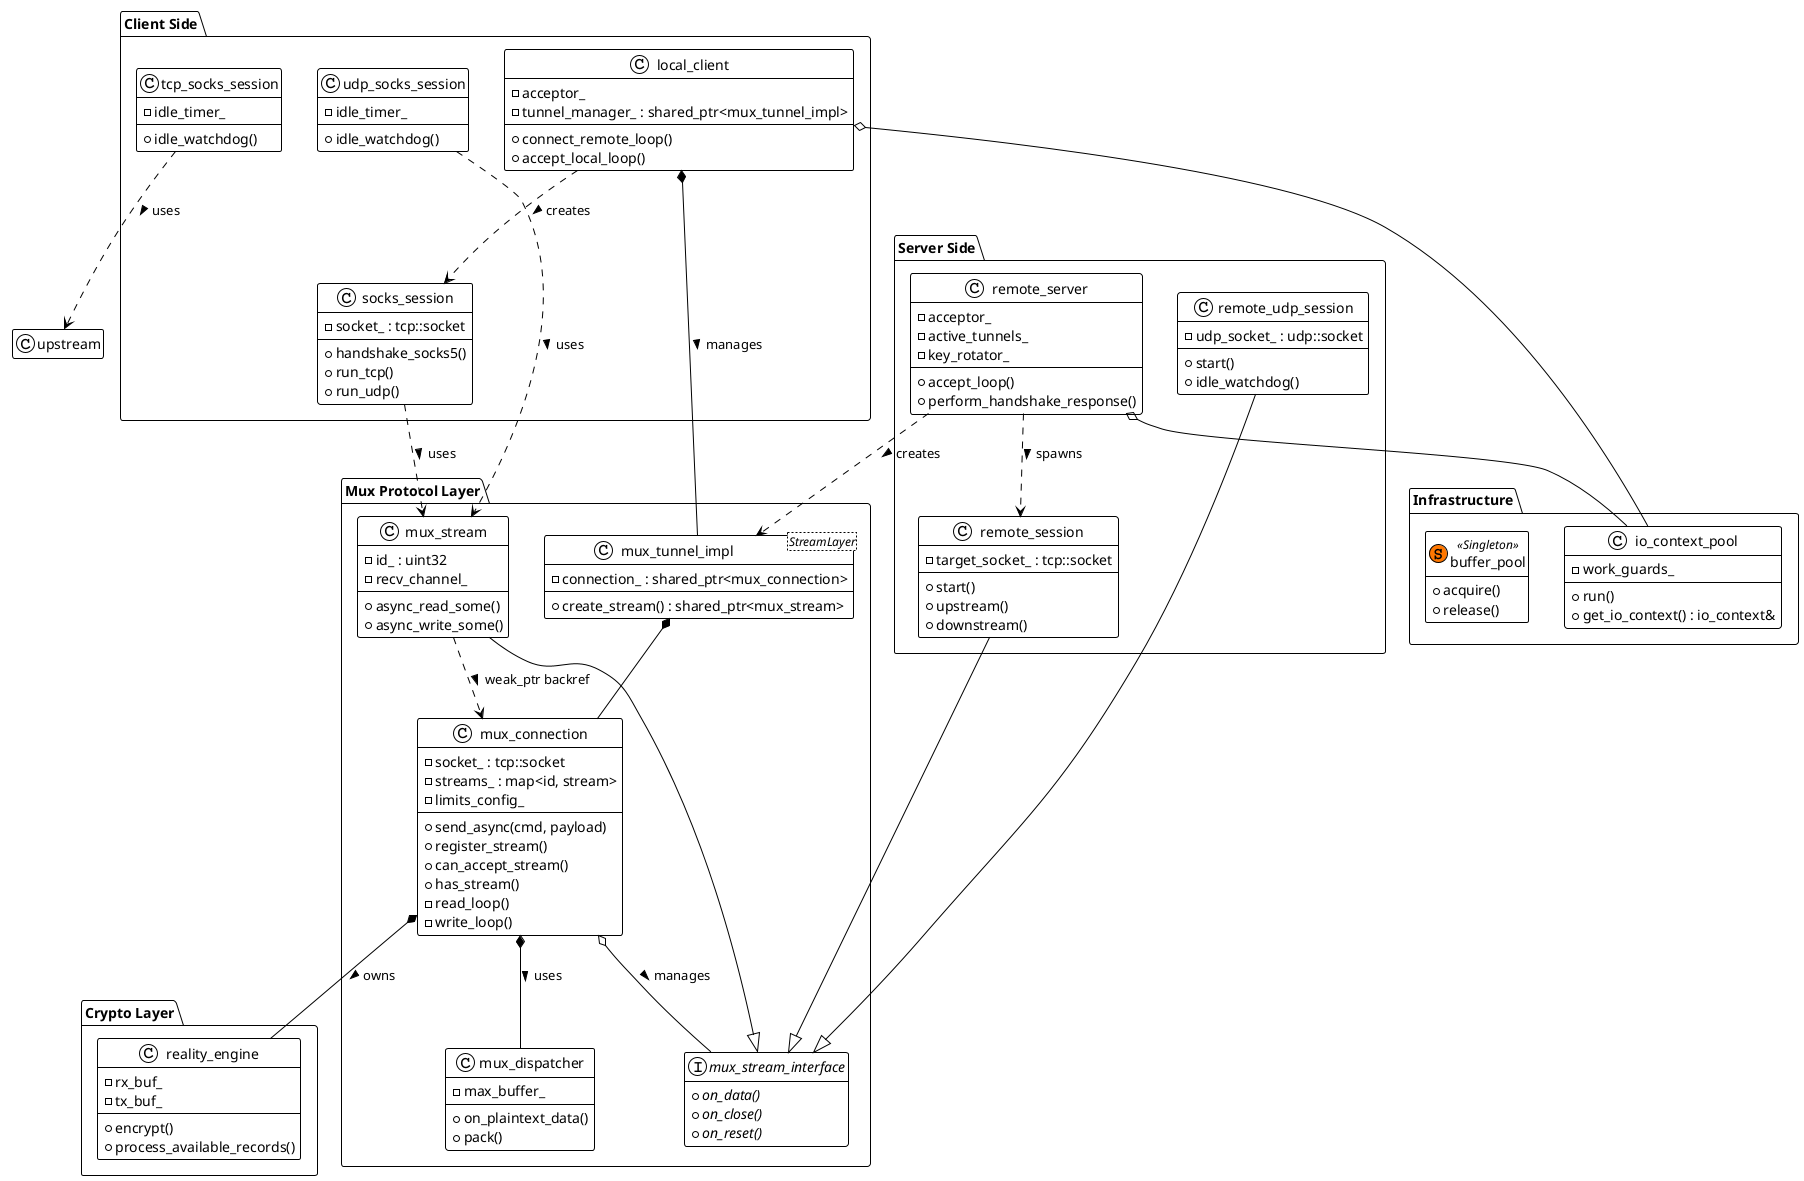
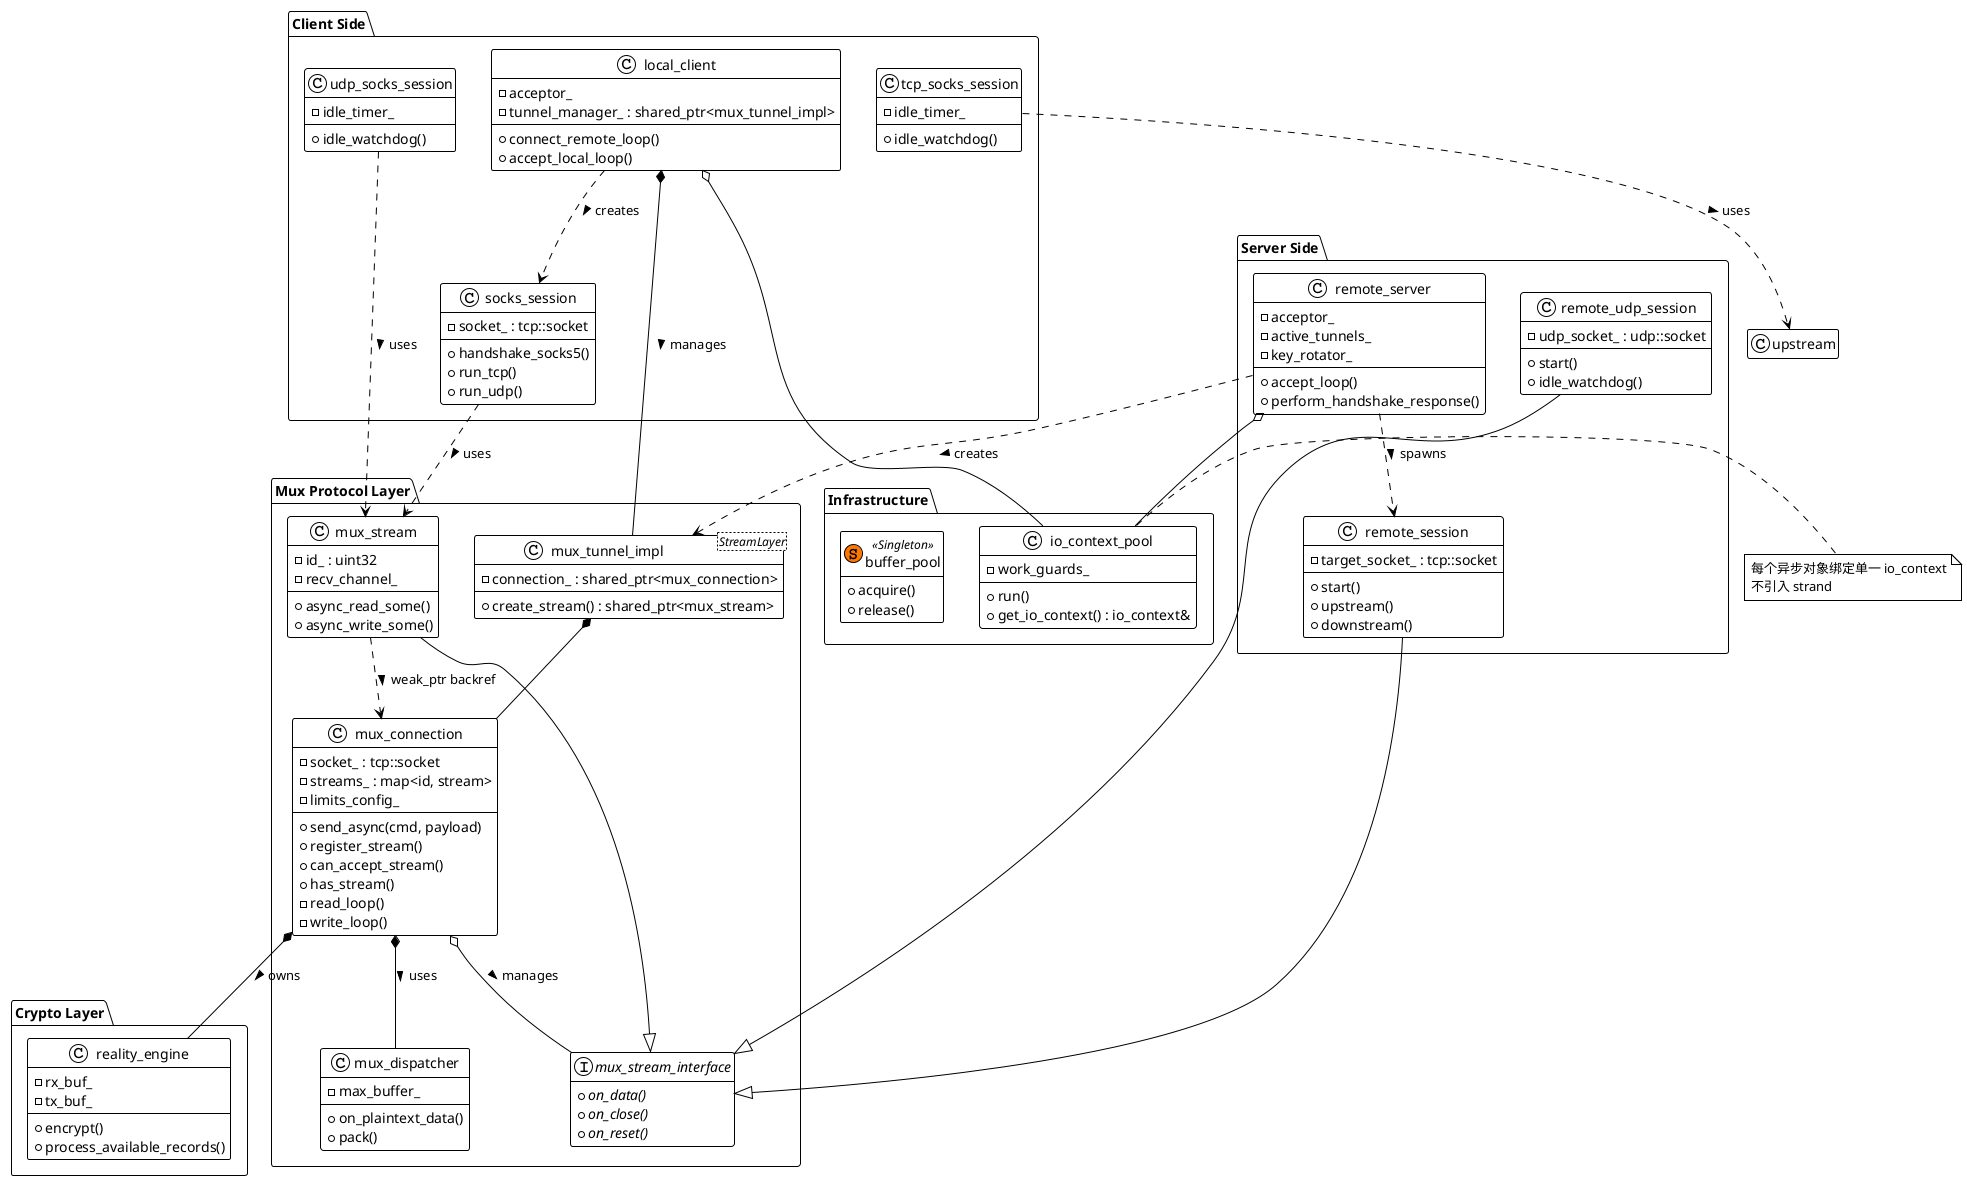
@startuml
!theme plain
hide empty members

package "Infrastructure" {
    class io_context_pool {
        + run()
        + get_io_context() : io_context&
        - work_guards_
    }
    class buffer_pool << (S, #FF7700) Singleton >> {
        + acquire()
        + release()
    }
}
+ 
+ note right of io_context_pool
+   每个异步对象绑定单一 io_context
+   不引入 strand
+ end note

package "Mux Protocol Layer" {
    interface mux_stream_interface {
        + {abstract} on_data()
        + {abstract} on_close()
        + {abstract} on_reset()
    }

    class mux_connection {
        - socket_ : tcp::socket
        - streams_ : map<id, stream>
        - limits_config_
        + send_async(cmd, payload)
        + register_stream()
        + can_accept_stream()
        + has_stream()
        - read_loop()
        - write_loop()
    }

    class mux_dispatcher {
        + on_plaintext_data()
        + pack()
        - max_buffer_
    }

    class mux_tunnel_impl<StreamLayer> {
        - connection_ : shared_ptr<mux_connection>
        + create_stream() : shared_ptr<mux_stream>
    }

    class mux_stream {
        - id_ : uint32
        - recv_channel_
        + async_read_some()
        + async_write_some()
    }
}

package "Crypto Layer" {
    class reality_engine {
        - rx_buf_
        - tx_buf_
        + encrypt()
        + process_available_records()
    }
}

package "Client Side" {
    class local_client {
        - acceptor_
        - tunnel_manager_ : shared_ptr<mux_tunnel_impl>
        + connect_remote_loop()
        + accept_local_loop()
    }

    class socks_session {
        - socket_ : tcp::socket
        + handshake_socks5()
        + run_tcp()
        + run_udp()
    }

    class tcp_socks_session {
        - idle_timer_
        + idle_watchdog()
    }

    class udp_socks_session {
        - idle_timer_
        + idle_watchdog()
    }
}

package "Server Side" {
    class remote_server {
        - acceptor_
        - active_tunnels_
        - key_rotator_
        + accept_loop()
        + perform_handshake_response()
    }

    class remote_session {
        - target_socket_ : tcp::socket
        + start()
        + upstream()
        + downstream()
    }

    class remote_udp_session {
        - udp_socket_ : udp::socket
        + start()
        + idle_watchdog()
    }
}

' Relations
local_client o-- io_context_pool
local_client *-- mux_tunnel_impl : manages >
local_client ..> socks_session : creates >

socks_session ..> mux_stream : uses >
tcp_socks_session ..> upstream : uses >
udp_socks_session ..> mux_stream : uses >

remote_server o-- io_context_pool
remote_server ..> mux_tunnel_impl : creates >
remote_server ..> remote_session : spawns >

mux_tunnel_impl *-- mux_connection
mux_connection *-- reality_engine : owns >
mux_connection *-- mux_dispatcher : uses >
mux_connection o-- mux_stream_interface : manages >

mux_stream --|> mux_stream_interface
remote_session --|> mux_stream_interface
remote_udp_session --|> mux_stream_interface

mux_stream ..> mux_connection : weak_ptr backref >

@enduml
